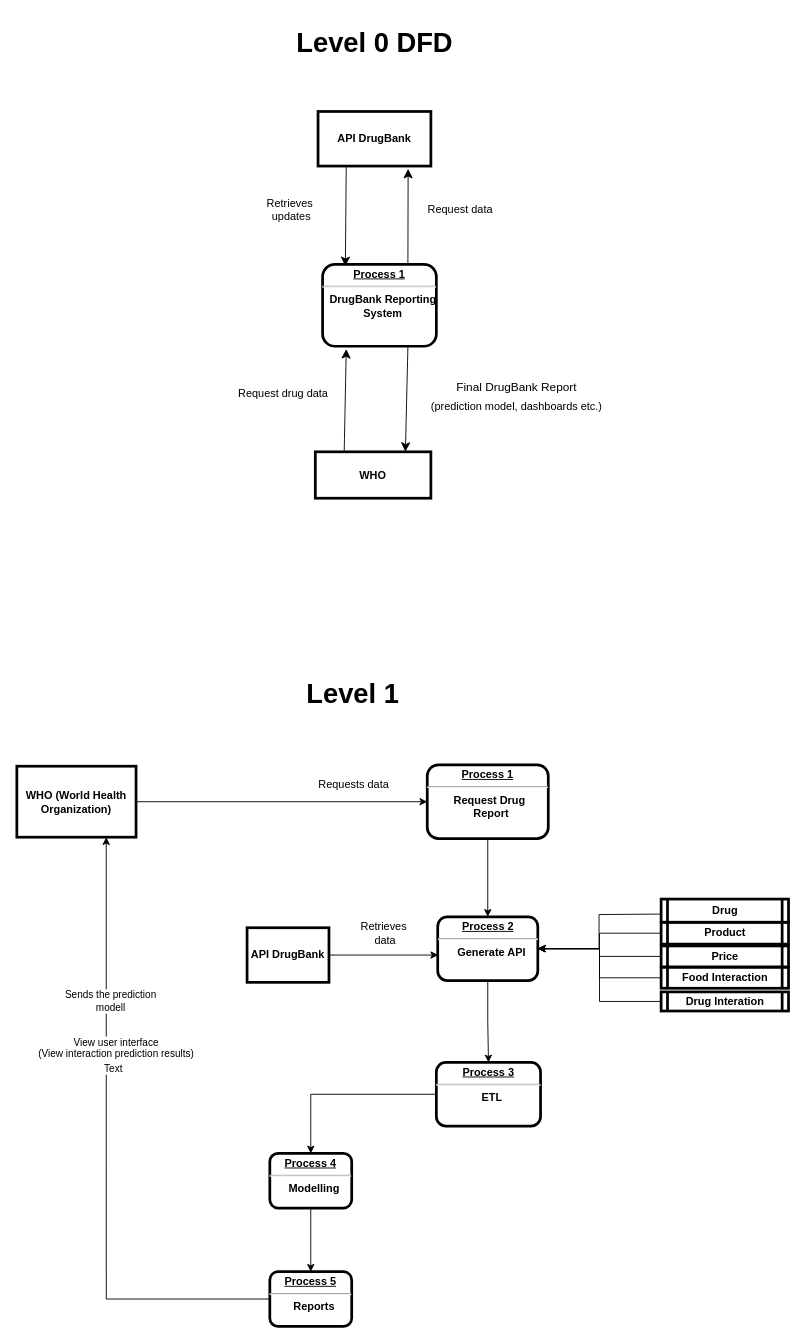
Above: database/DFD/Drug Interation DFDv1.drawio in jameslaurence82/NSCC_Capstone_Project (draw.io), before the change. Source tidied: cells renumbered, new cells numbered last; positions are measured from the earlier drawing's top-left corner, leaving out a move shared by most shapes. Both pictures are drawn from the tidied source at 91%, with x=0, y=0 at pixel (16, 15).
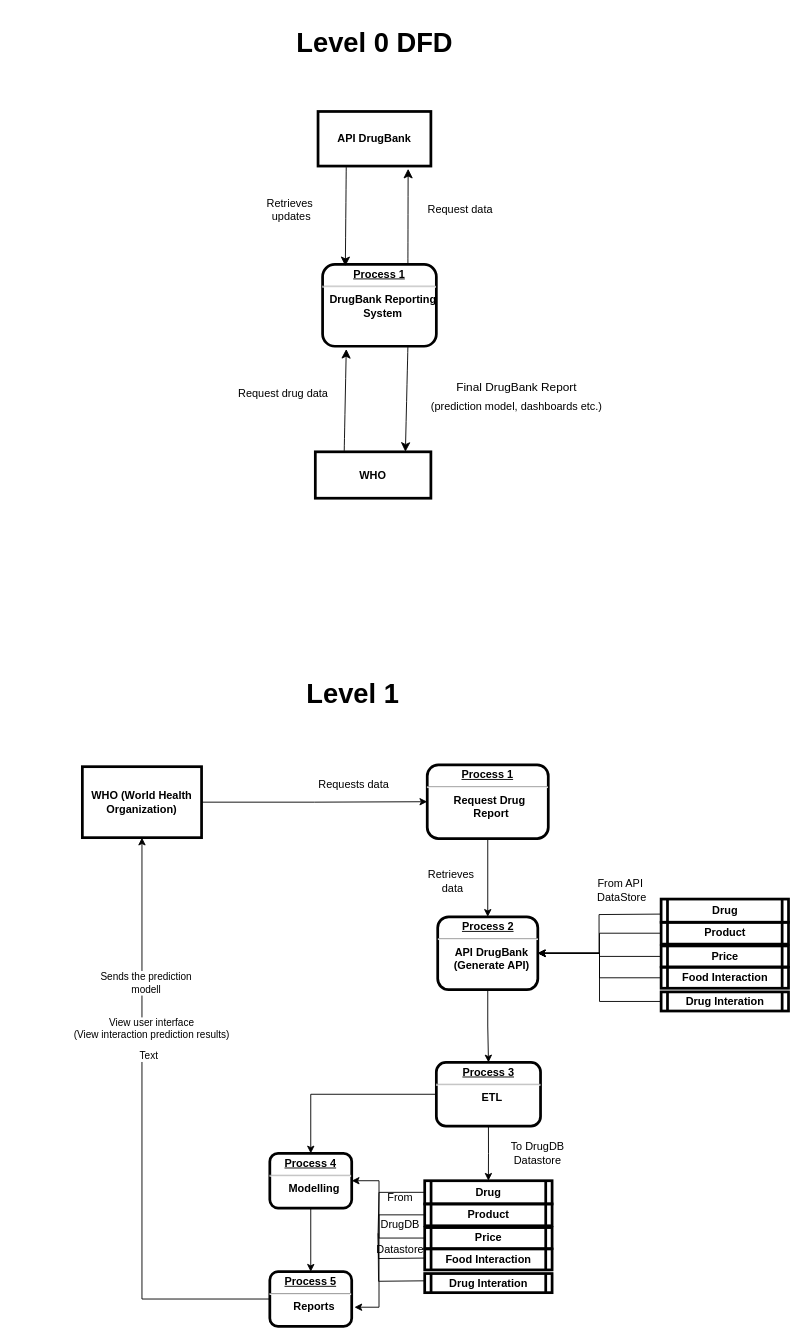
The same page after the edit.

The change refers to these unchanged cells:
```xml
<mxCell id="15" value="&lt;p style=&quot;margin: 0px; margin-top: 4px; text-align: center; text-decoration: underline;&quot;&gt;&lt;strong&gt;&lt;strong&gt;Process&lt;/strong&gt; 3&lt;br&gt;&lt;/strong&gt;&lt;/p&gt;&lt;hr&gt;&lt;p style=&quot;margin: 0px; margin-left: 8px;&quot;&gt;ETL&lt;/p&gt;" style="verticalAlign=middle;align=center;overflow=fill;fontSize=12;fontFamily=Helvetica;html=1;rounded=1;fontStyle=1;strokeWidth=3;fillColor=default;" parent="1" vertex="1">
  <mxGeometry x="461" y="1150" width="114.5" height="70" as="geometry" />
</mxCell>
<mxCell id="29" value="&lt;p style=&quot;margin: 0px; margin-top: 4px; text-align: center; text-decoration: underline;&quot;&gt;&lt;strong&gt;&lt;strong&gt;Process&lt;/strong&gt; 5&lt;br&gt;&lt;/strong&gt;&lt;/p&gt;&lt;hr&gt;&lt;p style=&quot;margin: 0px; margin-left: 8px;&quot;&gt;Reports&lt;/p&gt;" style="verticalAlign=middle;align=center;overflow=fill;fontSize=12;fontFamily=Helvetica;html=1;rounded=1;fontStyle=1;strokeWidth=3;fillColor=default;" parent="1" vertex="1">
  <mxGeometry x="278" y="1380" width="90" height="60" as="geometry" />
</mxCell>
<mxCell id="43" value="&lt;p style=&quot;margin: 0px; margin-top: 4px; text-align: center; text-decoration: underline;&quot;&gt;&lt;strong&gt;&lt;strong&gt;Process&lt;/strong&gt;&amp;nbsp;4&lt;br&gt;&lt;/strong&gt;&lt;/p&gt;&lt;hr&gt;&lt;p style=&quot;margin: 0px; margin-left: 8px;&quot;&gt;Modelling&lt;/p&gt;" style="verticalAlign=middle;align=center;overflow=fill;fontSize=12;fontFamily=Helvetica;html=1;rounded=1;fontStyle=1;strokeWidth=3;fillColor=default;" parent="1" vertex="1">
  <mxGeometry x="278" y="1250" width="90" height="60" as="geometry" />
</mxCell>
```

Change to the diagram source:
```diff
@@
-    <mxCell id="14" value="&lt;p style=&quot;margin: 0px; margin-top: 4px; text-align: center; text-decoration: underline;&quot;&gt;&lt;strong&gt;Process 2&lt;br&gt;&lt;/strong&gt;&lt;/p&gt;&lt;hr&gt;&lt;p style=&quot;margin: 0px; margin-left: 8px;&quot;&gt;Generate API&lt;/p&gt;" style="verticalAlign=middle;align=center;overflow=fill;fontSize=12;fontFamily=Helvetica;html=1;rounded=1;fontStyle=1;strokeWidth=3;fillColor=default;" parent="1" vertex="1">
-      <mxGeometry x="462.5" y="990" width="110" height="70" as="geometry" />
+    <mxCell id="14" value="&lt;p style=&quot;margin: 0px; margin-top: 4px; text-align: center; text-decoration: underline;&quot;&gt;&lt;strong&gt;Process 2&lt;br&gt;&lt;/strong&gt;&lt;/p&gt;&lt;hr&gt;&lt;p style=&quot;margin: 0px; margin-left: 8px;&quot;&gt;&lt;span style=&quot;text-wrap: wrap; background-color: initial;&quot;&gt;API DrugBank (&lt;/span&gt;Generate API)&lt;/p&gt;" style="verticalAlign=middle;align=center;overflow=fill;fontSize=12;fontFamily=Helvetica;html=1;rounded=1;fontStyle=1;strokeWidth=3;fillColor=default;" parent="1" vertex="1">
+      <mxGeometry x="462.5" y="990" width="110" height="80" as="geometry" />
     </mxCell>
@@
     <mxCell id="19" value="WHO (World Health Organization)" style="whiteSpace=wrap;align=center;verticalAlign=middle;fontStyle=1;strokeWidth=3;fillColor=default;" parent="1" vertex="1">
-      <mxGeometry y="824.5" width="131" height="78" as="geometry" />
+      <mxGeometry x="72" y="825" width="131" height="78" as="geometry" />
     </mxCell>
@@
-    <mxCell id="21" value="API DrugBank" style="whiteSpace=wrap;align=center;verticalAlign=middle;fontStyle=1;strokeWidth=3;fillColor=default;" parent="1" vertex="1">
-      <mxGeometry x="253" y="1002" width="90" height="60" as="geometry" />
-    </mxCell>
     <mxCell id="22" value="Retrieves &lt;br&gt;&amp;nbsp;data" style="text;html=1;align=center;verticalAlign=middle;strokeColor=none;fillColor=none;" parent="1" vertex="1">
-      <mxGeometry x="368" y="988" width="70" height="40" as="geometry" />
+      <mxGeometry x="442" y="930.5" width="70" height="40" as="geometry" />
     </mxCell>
-    <mxCell id="23" style="edgeStyle=orthogonalEdgeStyle;rounded=0;jettySize=auto;html=1;exitX=1;exitY=0.5;exitDx=0;exitDy=0;entryX=0.005;entryY=0.6;entryDx=0;entryDy=0;entryPerimeter=0;" parent="1" edge="1" source="21" target="14">
-      <mxGeometry relative="1" as="geometry" />
-    </mxCell>
-    <mxCell id="24" style="edgeStyle=orthogonalEdgeStyle;rounded=0;jettySize=auto;html=1;exitX=0;exitY=0.5;exitDx=0;exitDy=0;entryX=0.75;entryY=1;entryDx=0;entryDy=0;" parent="1" edge="1" source="29" target="19">
+    <mxCell id="24" style="edgeStyle=orthogonalEdgeStyle;rounded=0;jettySize=auto;html=1;exitX=0;exitY=0.5;exitDx=0;exitDy=0;" parent="1" edge="1" source="29" target="19">
       <mxGeometry relative="1" as="geometry" />
     </mxCell>
@@
+    <mxCell id="44" value="From API&lt;div&gt;&amp;nbsp;DataStore&lt;/div&gt;" style="text;html=1;align=center;verticalAlign=middle;strokeColor=none;fillColor=none;" parent="1" vertex="1">
+      <mxGeometry x="623" y="940.5" width="80" height="40" as="geometry" />
+    </mxCell>
+    <mxCell id="45" value="Drug Interation" style="shape=process;whiteSpace=wrap;align=center;verticalAlign=middle;size=0.0475;fontStyle=1;strokeWidth=3;fillColor=default;" parent="1" vertex="1">
+      <mxGeometry x="448.2" y="1382" width="140" height="21" as="geometry" />
+    </mxCell>
+    <mxCell id="46" value="Food Interaction" style="shape=process;whiteSpace=wrap;align=center;verticalAlign=middle;size=0.0475;fontStyle=1;strokeWidth=3;fillColor=default;" parent="1" vertex="1">
+      <mxGeometry x="448.2" y="1355" width="140" height="23" as="geometry" />
+    </mxCell>
+    <mxCell id="47" value="Product" style="shape=process;whiteSpace=wrap;align=center;verticalAlign=middle;size=0.0475;fontStyle=1;strokeWidth=3;fillColor=default;" parent="1" vertex="1">
+      <mxGeometry x="448.2" y="1305.5" width="140" height="24" as="geometry" />
+    </mxCell>
+    <mxCell id="48" value="Price" style="shape=process;whiteSpace=wrap;align=center;verticalAlign=middle;size=0.0475;fontStyle=1;strokeWidth=3;fillColor=default;" parent="1" vertex="1">
+      <mxGeometry x="448.2" y="1331.5" width="140" height="23" as="geometry" />
+    </mxCell>
+    <mxCell id="49" value="Drug" style="shape=process;whiteSpace=wrap;align=center;verticalAlign=middle;size=0.0475;fontStyle=1;strokeWidth=3;fillColor=none;" parent="1" vertex="1">
+      <mxGeometry x="448.2" y="1280" width="140" height="25.5" as="geometry" />
+    </mxCell>
+    <mxCell id="50" value="To DrugDB&lt;div&gt;Datastore&lt;/div&gt;" style="text;html=1;align=center;verticalAlign=middle;strokeColor=none;fillColor=none;" parent="1" vertex="1">
+      <mxGeometry x="532" y="1230" width="80" height="40" as="geometry" />
+    </mxCell>
+    <mxCell id="51" style="edgeStyle=orthogonalEdgeStyle;rounded=0;jettySize=auto;html=1;exitX=0.5;exitY=1;exitDx=0;exitDy=0;entryX=0.5;entryY=0;entryDx=0;entryDy=0;" parent="1" edge="1" source="15" target="49">
+      <mxGeometry relative="1" as="geometry" />
+    </mxCell>
+    <mxCell id="52" style="edgeStyle=orthogonalEdgeStyle;rounded=0;jettySize=auto;html=1;exitX=0;exitY=0.5;exitDx=0;exitDy=0;entryX=1;entryY=0.5;entryDx=0;entryDy=0;endArrow=none;endFill=0;" parent="1" edge="1" source="49">
+      <mxGeometry relative="1" as="geometry">
+        <mxPoint x="397" y="1337.7" as="targetPoint" />
+        <Array as="points">
+          <mxPoint x="398" y="1293" />
+          <mxPoint x="398" y="1338" />
+        </Array>
+      </mxGeometry>
+    </mxCell>
+    <mxCell id="53" style="edgeStyle=orthogonalEdgeStyle;rounded=0;orthogonalLoop=1;jettySize=auto;html=1;entryX=1;entryY=0.5;entryDx=0;entryDy=0;endArrow=none;endFill=0;" parent="1" edge="1">
+      <mxGeometry relative="1" as="geometry">
+        <mxPoint x="448" y="1390" as="sourcePoint" />
+        <mxPoint x="397" y="1337.7" as="targetPoint" />
+      </mxGeometry>
+    </mxCell>
+    <mxCell id="54" style="edgeStyle=orthogonalEdgeStyle;rounded=0;orthogonalLoop=1;jettySize=auto;html=1;entryX=1;entryY=0.5;entryDx=0;entryDy=0;endArrow=none;endFill=0;" parent="1" edge="1">
+      <mxGeometry relative="1" as="geometry">
+        <mxPoint x="448" y="1365" as="sourcePoint" />
+        <mxPoint x="397" y="1337.7" as="targetPoint" />
+      </mxGeometry>
+    </mxCell>
+    <mxCell id="55" style="edgeStyle=orthogonalEdgeStyle;rounded=0;jettySize=auto;html=1;exitX=0;exitY=0.5;exitDx=0;exitDy=0;entryX=1.033;entryY=0.65;entryDx=0;entryDy=0;entryPerimeter=0;" parent="1" edge="1" source="47" target="29">
+      <mxGeometry relative="1" as="geometry">
+        <Array as="points">
+          <mxPoint x="398" y="1318" />
+          <mxPoint x="398" y="1419" />
+        </Array>
+      </mxGeometry>
+    </mxCell>
+    <mxCell id="56" style="edgeStyle=orthogonalEdgeStyle;rounded=0;jettySize=auto;html=1;exitX=0;exitY=0.5;exitDx=0;exitDy=0;entryX=1;entryY=0.5;entryDx=0;entryDy=0;" parent="1" edge="1" source="48" target="43">
+      <mxGeometry relative="1" as="geometry">
+        <Array as="points">
+          <mxPoint x="398" y="1343" />
+          <mxPoint x="398" y="1280" />
+        </Array>
+      </mxGeometry>
+    </mxCell>
+    <mxCell id="57" value="&lt;br&gt;From&lt;div&gt;&amp;nbsp;&lt;div&gt;DrugDB&lt;/div&gt;&lt;div&gt;&lt;br&gt;&lt;div&gt;Datastore&lt;/div&gt;&lt;/div&gt;&lt;/div&gt;" style="text;html=1;align=center;verticalAlign=middle;strokeColor=none;fillColor=none;" parent="1" vertex="1">
+      <mxGeometry x="381" y="1270" width="80" height="100" as="geometry" />
+    </mxCell>
```
